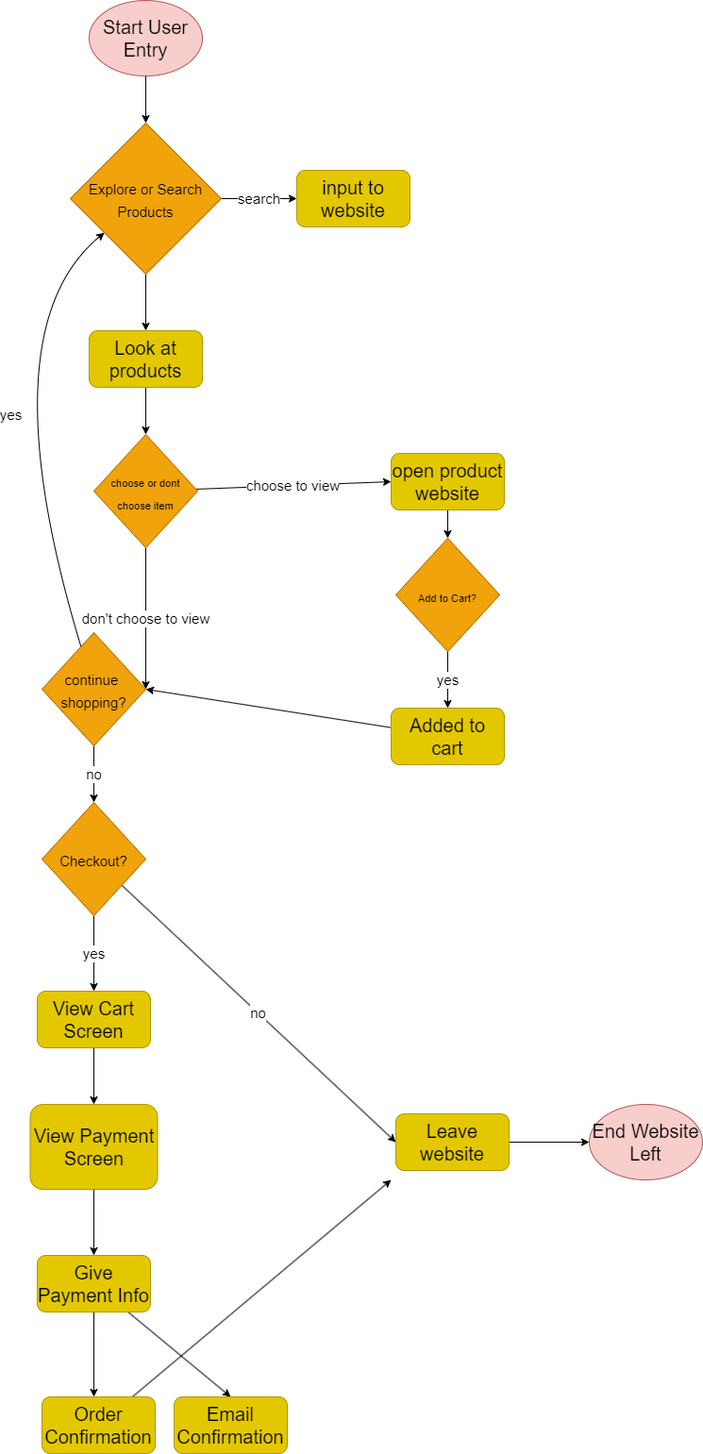
Before: explore/diagramming/diagram.drawio.png, a diagram exported from draw.io (wsugiarto/sp24-cse110-lab4). Source tidied: cells renumbered, new cells last; positions are measured from the earlier drawing's top-left corner, leaving out a move shared by most shapes.
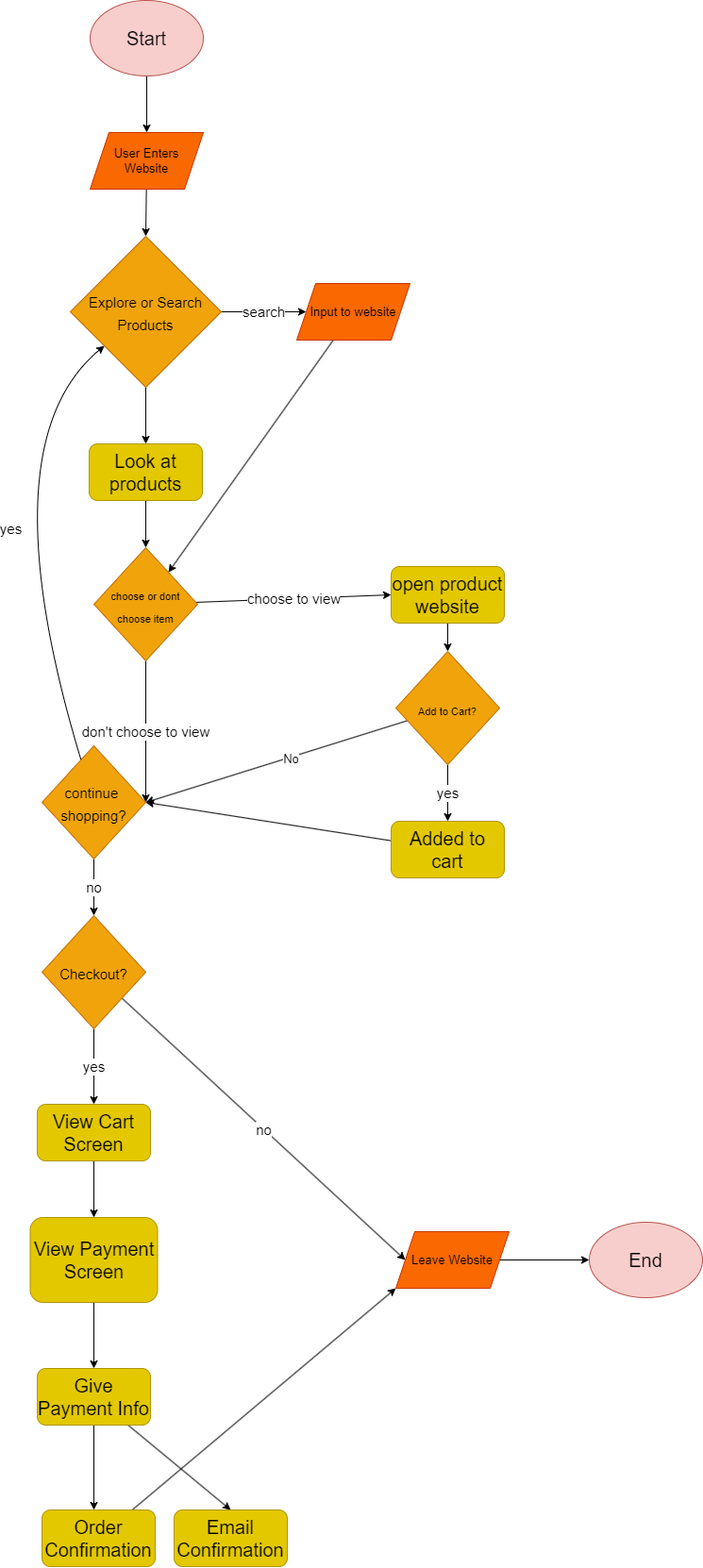
The same diagram one commit later.

Commit message:
fixed diagram and part2

Change to the diagram source:
```diff
@@ -2,16 +2,13 @@
   <root>
     <mxCell id="0" />
     <mxCell id="1" parent="0" />
-    <mxCell id="2" style="edgeStyle=none;html=1;entryX=0.5;entryY=0;entryDx=0;entryDy=0;fontSize=15;" parent="1" edge="1" source="3" target="7">
-      <mxGeometry relative="1" as="geometry" />
-    </mxCell>
+    <mxCell id="38" style="edgeStyle=none;html=1;fontSize=13;" parent="1" edge="1" source="3" target="44">
+      <mxGeometry relative="1" as="geometry" />
+    </mxCell>
-    <mxCell id="3" value="&lt;font style=&quot;font-size: 20px;&quot;&gt;Start User Entry&lt;/font&gt;" style="ellipse;whiteSpace=wrap;html=1;fillColor=#f8cecc;strokeColor=#b85450;fontColor=#030303;" parent="1" vertex="1">
-      <mxGeometry x="110" width="120" height="80" as="geometry" />
+    <mxCell id="3" value="&lt;font style=&quot;font-size: 20px;&quot;&gt;Start&lt;br&gt;&lt;/font&gt;" style="ellipse;whiteSpace=wrap;html=1;fillColor=#f8cecc;strokeColor=#b85450;fontColor=#030303;" parent="1" vertex="1">
+      <mxGeometry x="111" y="-120" width="120" height="80" as="geometry" />
     </mxCell>
-    <mxCell id="4" value="input to website" style="rounded=1;whiteSpace=wrap;html=1;fontSize=20;fillColor=#e3c800;fontColor=#000000;strokeColor=#B09500;" parent="1" vertex="1">
-      <mxGeometry x="330" y="180" width="120" height="60" as="geometry" />
-    </mxCell>
-    <mxCell id="5" value="search" style="edgeStyle=none;html=1;entryX=0;entryY=0.5;entryDx=0;entryDy=0;fontSize=15;" parent="1" edge="1" source="7" target="4">
+    <mxCell id="5" value="search" style="edgeStyle=none;html=1;entryX=0;entryY=0.5;entryDx=0;entryDy=0;fontSize=15;" parent="1" edge="1" source="7" target="42">
       <mxGeometry relative="1" as="geometry" />
     </mxCell>
     <mxCell id="6" style="edgeStyle=none;html=1;entryX=0.5;entryY=0;entryDx=0;entryDy=0;fontSize=15;" parent="1" edge="1" source="7" target="9">
@@ -50,6 +47,14 @@
     <mxCell id="17" value="yes" style="edgeStyle=none;html=1;entryX=0.5;entryY=0;entryDx=0;entryDy=0;fontSize=15;" parent="1" edge="1" source="18" target="20">
       <mxGeometry relative="1" as="geometry" />
     </mxCell>
+    <mxCell id="39" style="edgeStyle=none;html=1;entryX=1;entryY=0.5;entryDx=0;entryDy=0;fontSize=13;" parent="1" edge="1" source="18" target="16">
+      <mxGeometry relative="1" as="geometry" />
+    </mxCell>
+    <mxCell id="40" value="No" style="edgeLabel;html=1;align=center;verticalAlign=middle;fontSize=13;" parent="39" vertex="1">
+      <mxGeometry x="-0.1" y="1" relative="1" as="geometry">
+        <mxPoint x="1" as="offset" />
+      </mxGeometry>
+    </mxCell>
     <mxCell id="18" value="&lt;font style=&quot;font-size: 11px;&quot;&gt;Add to Cart?&lt;/font&gt;" style="rhombus;whiteSpace=wrap;html=1;fontSize=20;fillColor=#f0a30a;fontColor=#000000;strokeColor=#BD7000;" parent="1" vertex="1">
       <mxGeometry x="435" y="570" width="110" height="120" as="geometry" />
     </mxCell>
@@ -66,7 +71,7 @@
         </Array>
       </mxGeometry>
     </mxCell>
-    <mxCell id="22" value="no&lt;br&gt;" style="edgeStyle=none;html=1;entryX=0;entryY=0.5;entryDx=0;entryDy=0;fontSize=15;" parent="1" edge="1" source="24" target="26">
+    <mxCell id="22" value="no&lt;br&gt;" style="edgeStyle=none;html=1;fontSize=15;entryX=0;entryY=0.5;entryDx=0;entryDy=0;" parent="1" edge="1" source="24" target="45">
       <mxGeometry relative="1" as="geometry" />
     </mxCell>
     <mxCell id="23" value="yes" style="edgeStyle=none;html=1;entryX=0.5;entryY=0;entryDx=0;entryDy=0;fontSize=15;" parent="1" edge="1" source="24" target="28">
@@ -75,12 +80,9 @@
     <mxCell id="24" value="&lt;font style=&quot;font-size: 15px;&quot;&gt;Checkout?&lt;br&gt;&lt;/font&gt;" style="rhombus;whiteSpace=wrap;html=1;fontSize=20;fillColor=#f0a30a;fontColor=#000000;strokeColor=#BD7000;" parent="1" vertex="1">
       <mxGeometry x="60" y="850" width="110" height="120" as="geometry" />
     </mxCell>
-    <mxCell id="25" style="edgeStyle=none;html=1;entryX=0;entryY=0.5;entryDx=0;entryDy=0;fontSize=15;" parent="1" edge="1" source="26" target="37">
+    <mxCell id="25" style="edgeStyle=none;html=1;entryX=0;entryY=0.5;entryDx=0;entryDy=0;fontSize=15;exitX=1;exitY=0.5;exitDx=0;exitDy=0;" parent="1" edge="1" source="45" target="37">
       <mxGeometry relative="1" as="geometry" />
     </mxCell>
-    <mxCell id="26" value="Leave website" style="rounded=1;whiteSpace=wrap;html=1;fontSize=20;fillColor=#e3c800;fontColor=#000000;strokeColor=#B09500;" parent="1" vertex="1">
-      <mxGeometry x="435" y="1180" width="120" height="60" as="geometry" />
-    </mxCell>
     <mxCell id="27" style="edgeStyle=none;html=1;entryX=0.5;entryY=0;entryDx=0;entryDy=0;fontSize=15;" parent="1" edge="1" source="28" target="30">
       <mxGeometry relative="1" as="geometry" />
     </mxCell>
@@ -104,10 +106,8 @@
     <mxCell id="33" value="Give Payment Info" style="rounded=1;whiteSpace=wrap;html=1;fontSize=20;fillColor=#e3c800;fontColor=#000000;strokeColor=#B09500;" parent="1" vertex="1">
       <mxGeometry x="55" y="1330" width="120" height="60" as="geometry" />
     </mxCell>
-    <mxCell id="34" style="edgeStyle=none;html=1;fontSize=15;" parent="1" edge="1" source="35">
-      <mxGeometry relative="1" as="geometry">
-        <mxPoint x="430" y="1250" as="targetPoint" />
-      </mxGeometry>
+    <mxCell id="34" style="edgeStyle=none;html=1;fontSize=15;entryX=0;entryY=1;entryDx=0;entryDy=0;" parent="1" edge="1" source="35" target="45">
+      <mxGeometry relative="1" as="geometry" />
     </mxCell>
     <mxCell id="35" value="Order Confirmation" style="rounded=1;whiteSpace=wrap;html=1;fontSize=20;fillColor=#e3c800;fontColor=#000000;strokeColor=#B09500;" parent="1" vertex="1">
       <mxGeometry x="60" y="1480" width="120" height="60" as="geometry" />
@@ -115,8 +115,23 @@
     <mxCell id="36" value="Email Confirmation" style="rounded=1;whiteSpace=wrap;html=1;fontSize=20;fillColor=#e3c800;fontColor=#000000;strokeColor=#B09500;" parent="1" vertex="1">
       <mxGeometry x="200" y="1480" width="120" height="60" as="geometry" />
     </mxCell>
-    <mxCell id="37" value="&lt;font style=&quot;font-size: 20px;&quot;&gt;End Website Left&lt;/font&gt;" style="ellipse;whiteSpace=wrap;html=1;fillColor=#f8cecc;strokeColor=#b85450;fontColor=#000000;" parent="1" vertex="1">
-      <mxGeometry x="640" y="1170" width="120" height="80" as="geometry" />
+    <mxCell id="37" value="&lt;font style=&quot;font-size: 20px;&quot;&gt;End&lt;/font&gt;" style="ellipse;whiteSpace=wrap;html=1;fillColor=#f8cecc;strokeColor=#b85450;fontColor=#000000;" parent="1" vertex="1">
+      <mxGeometry x="640" y="1175" width="120" height="80" as="geometry" />
     </mxCell>
+    <mxCell id="41" style="edgeStyle=none;html=1;fontSize=13;" parent="1" edge="1" source="42" target="12">
+      <mxGeometry relative="1" as="geometry" />
+    </mxCell>
+    <mxCell id="42" value="&lt;font style=&quot;font-size: 13px;&quot;&gt;Input to website&lt;/font&gt;" style="shape=parallelogram;perimeter=parallelogramPerimeter;whiteSpace=wrap;html=1;fixedSize=1;fillColor=#fa6800;fontColor=#000000;strokeColor=#C73500;" parent="1" vertex="1">
+      <mxGeometry x="330" y="180" width="120" height="60" as="geometry" />
+    </mxCell>
+    <mxCell id="43" style="edgeStyle=none;html=1;entryX=0.5;entryY=0;entryDx=0;entryDy=0;fontSize=13;" parent="1" edge="1" source="44" target="7">
+      <mxGeometry relative="1" as="geometry" />
+    </mxCell>
+    <mxCell id="44" value="&lt;font style=&quot;font-size: 13px;&quot;&gt;User Enters Website&lt;br&gt;&lt;/font&gt;" style="shape=parallelogram;perimeter=parallelogramPerimeter;whiteSpace=wrap;html=1;fixedSize=1;fillColor=#fa6800;fontColor=#000000;strokeColor=#C73500;" parent="1" vertex="1">
+      <mxGeometry x="111" y="20" width="120" height="60" as="geometry" />
+    </mxCell>
+    <mxCell id="45" value="&lt;font style=&quot;font-size: 13px;&quot;&gt;Leave Website&lt;/font&gt;" style="shape=parallelogram;perimeter=parallelogramPerimeter;whiteSpace=wrap;html=1;fixedSize=1;fillColor=#fa6800;fontColor=#000000;strokeColor=#C73500;" parent="1" vertex="1">
+      <mxGeometry x="435" y="1185" width="120" height="60" as="geometry" />
+    </mxCell>
   </root>
 </mxGraphModel>
```
